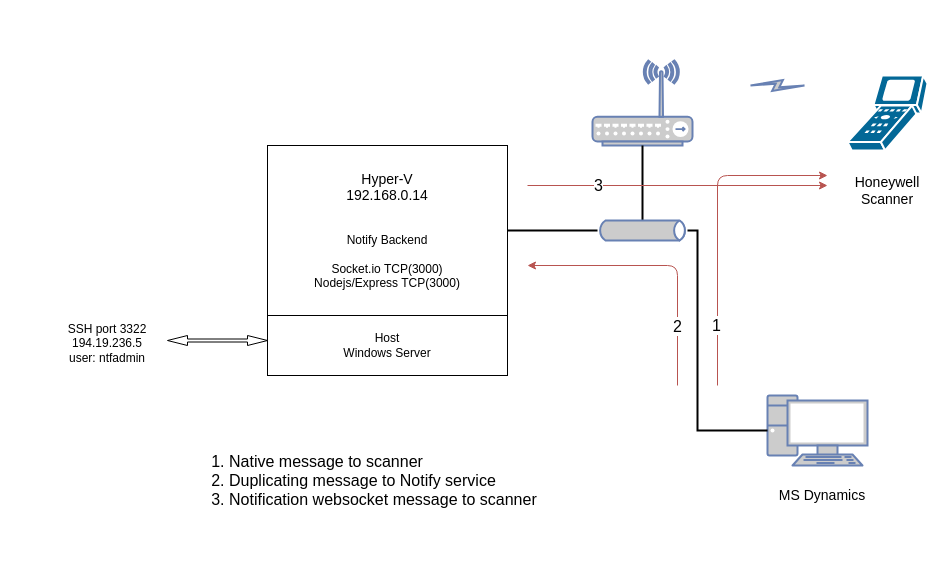
Above: Untitled Diagram.drawio in alobikov/notify-backend (draw.io), before the change. Source tidied: cells renumbered, new cells numbered last; positions are measured from the earlier drawing's top-left corner, leaving out a move shared by most shapes. Both pictures are drawn from the tidied source at 100%, with x=0, y=0 at pixel (17, 35).
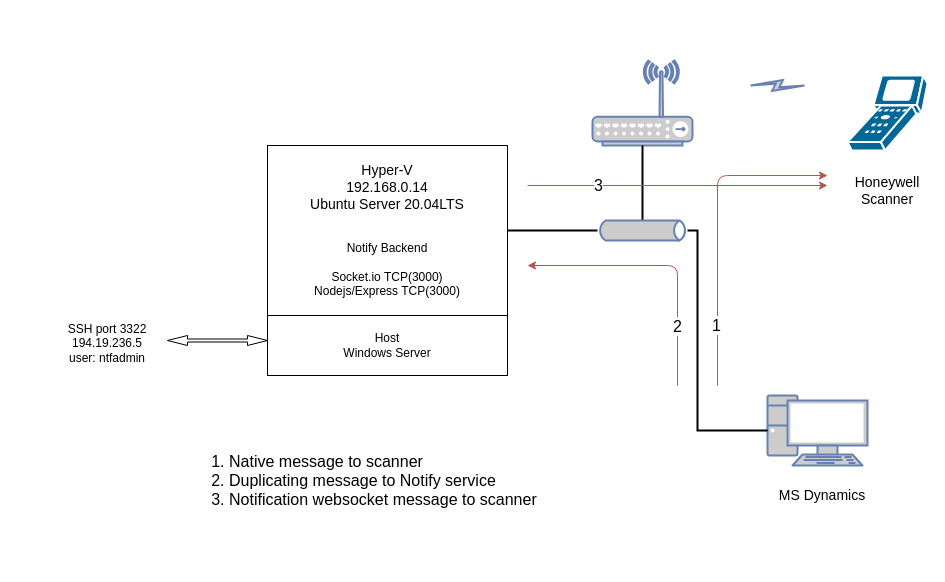
The same diagram, later.

Unchanged cells that the change refers to:
```xml
<mxCell id="2" style="group;" parent="1" vertex="1">
  <mxGeometry width="910" height="530" as="geometry" />
</mxCell>
```

Change to the diagram source:
```diff
@@
-    <mxCell id="5" value="&lt;div style=&quot;font-size: 14px&quot;&gt;Hyper-V&lt;/div&gt;&lt;div style=&quot;font-size: 14px&quot;&gt;192.168.0.14&lt;/div&gt;&lt;div&gt;&lt;br&gt;&lt;/div&gt;&lt;div&gt;&lt;br&gt;&lt;/div&gt;&lt;div&gt;Notify Backend&lt;br&gt;&lt;/div&gt;&lt;div&gt;&lt;br&gt;&lt;/div&gt;&lt;div&gt;Socket.io TCP(3000)&lt;br&gt;&lt;/div&gt;&lt;div&gt;Nodejs/Express TCP(3000)&lt;br&gt;&lt;/div&gt;" style="rounded=0;whiteSpace=wrap;html=1;" parent="2" vertex="1">
+    <mxCell id="5" value="&lt;div style=&quot;font-size: 14px&quot;&gt;Hyper-V&lt;/div&gt;&lt;div style=&quot;font-size: 14px&quot;&gt;192.168.0.14&lt;/div&gt;&lt;div style=&quot;font-size: 14px&quot;&gt;Ubuntu Server 20.04LTS&lt;br&gt;&lt;/div&gt;&lt;div&gt;&lt;br&gt;&lt;/div&gt;&lt;div&gt;&lt;br&gt;&lt;/div&gt;&lt;div&gt;Notify Backend&lt;br&gt;&lt;/div&gt;&lt;div&gt;&lt;br&gt;&lt;/div&gt;&lt;div&gt;Socket.io TCP(3000)&lt;br&gt;&lt;/div&gt;&lt;div&gt;Nodejs/Express TCP(3000)&lt;br&gt;&lt;/div&gt;" style="rounded=0;whiteSpace=wrap;html=1;" parent="2" vertex="1">
       <mxGeometry x="250" y="110" width="240" height="170" as="geometry" />
     </mxCell>
```
